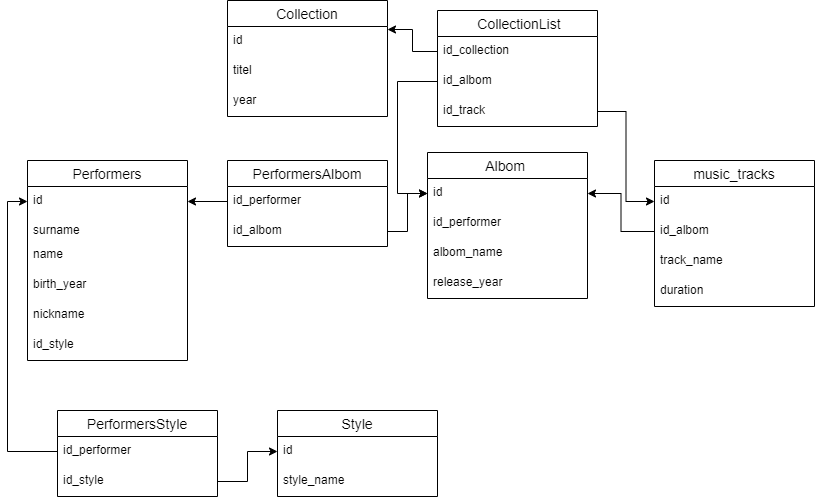
Before: BD/HW3/diogram-0_1.png, a diagram exported from draw.io (wolf24ru/Nikita). Source tidied: cells renumbered, new cells last; positions are measured from the earlier drawing's top-left corner, leaving out a move shared by most shapes.
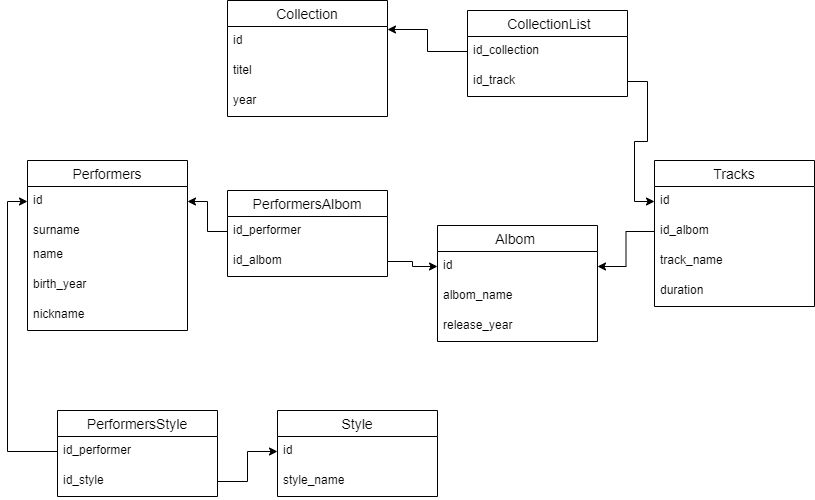
Above is the later version.

Diff of the diagram source:
```diff
@@ -3,7 +3,7 @@
     <mxCell id="0" />
     <mxCell id="1" parent="0" />
     <mxCell id="2" value="Performers" style="swimlane;fontStyle=0;horizontal=1;startSize=26;align=center;fontSize=14;fillColor=none;" parent="1" vertex="1">
-      <mxGeometry y="160" width="160" height="200" as="geometry" />
+      <mxGeometry y="160" width="160" height="170" as="geometry" />
     </mxCell>
     <mxCell id="3" value="id" style="text;strokeColor=none;fillColor=none;spacingLeft=4;spacingRight=4;overflow=hidden;points=[[0,0.5],[1,0.5]];portConstraint=eastwest;fontSize=12;" parent="2" vertex="1">
       <mxGeometry y="26" width="160" height="30" as="geometry" />
@@ -20,25 +20,19 @@
     <mxCell id="7" value="nickname" style="text;strokeColor=none;fillColor=none;spacingLeft=4;spacingRight=4;overflow=hidden;fontSize=12;" parent="2" vertex="1">
       <mxGeometry y="140" width="160" height="30" as="geometry" />
     </mxCell>
-    <mxCell id="8" value="id_style" style="text;strokeColor=none;fillColor=none;spacingLeft=4;spacingRight=4;overflow=hidden;fontSize=12;" parent="2" vertex="1">
-      <mxGeometry y="170" width="160" height="30" as="geometry" />
-    </mxCell>
     <mxCell id="9" value="Albom " style="swimlane;fontStyle=0;horizontal=1;startSize=26;align=center;fontSize=14;" parent="1" vertex="1">
-      <mxGeometry x="400" y="152" width="160" height="146" as="geometry" />
+      <mxGeometry x="410" y="225" width="160" height="116" as="geometry" />
     </mxCell>
     <mxCell id="10" value="id    " style="text;strokeColor=none;fillColor=none;spacingLeft=4;spacingRight=4;overflow=hidden;points=[[0,0.5],[1,0.5]];portConstraint=eastwest;fontSize=12;" parent="9" vertex="1">
       <mxGeometry y="26" width="160" height="30" as="geometry" />
     </mxCell>
-    <mxCell id="11" value="id_performer" style="text;strokeColor=none;fillColor=none;spacingLeft=4;spacingRight=4;overflow=hidden;fontSize=12;" parent="9" vertex="1">
-      <mxGeometry y="56" width="160" height="30" as="geometry" />
-    </mxCell>
     <mxCell id="12" value="albom_name" style="text;spacingLeft=4;spacingRight=4;overflow=hidden;fontSize=12;rounded=0;shadow=0;" parent="9" vertex="1">
-      <mxGeometry y="86" width="160" height="30" as="geometry" />
+      <mxGeometry y="56" width="160" height="30" as="geometry" />
     </mxCell>
     <mxCell id="13" value="release_year" style="text;spacingLeft=4;spacingRight=4;overflow=hidden;fontSize=12;rounded=0;shadow=0;" parent="9" vertex="1">
-      <mxGeometry y="116" width="160" height="30" as="geometry" />
+      <mxGeometry y="86" width="160" height="30" as="geometry" />
     </mxCell>
-    <mxCell id="14" value="music_tracks" style="swimlane;fontStyle=0;horizontal=1;startSize=26;align=center;fontSize=14;fillColor=none;" parent="1" vertex="1">
+    <mxCell id="14" value="Tracks" style="swimlane;fontStyle=0;horizontal=1;startSize=26;align=center;fontSize=14;fillColor=none;" parent="1" vertex="1">
       <mxGeometry x="627" y="160" width="160" height="146" as="geometry" />
     </mxCell>
     <mxCell id="15" value="id    " style="text;strokeColor=none;fillColor=none;spacingLeft=4;spacingRight=4;overflow=hidden;points=[[0,0.5],[1,0.5]];portConstraint=eastwest;fontSize=12;" parent="14" vertex="1">
@@ -81,7 +75,7 @@
       <mxGeometry relative="1" as="geometry" />
     </mxCell>
     <mxCell id="28" value="PerformersAlbom" style="swimlane;fontStyle=0;horizontal=1;startSize=26;align=center;fontSize=14;" parent="1" vertex="1">
-      <mxGeometry x="200" y="160" width="160" height="86" as="geometry" />
+      <mxGeometry x="200" y="190" width="160" height="86" as="geometry" />
     </mxCell>
     <mxCell id="29" value="id_performer" style="text;strokeColor=none;fillColor=none;spacingLeft=4;spacingRight=4;overflow=hidden;points=[[0,0.5],[1,0.5]];portConstraint=eastwest;fontSize=12;" parent="28" vertex="1">
       <mxGeometry y="26" width="160" height="30" as="geometry" />
@@ -108,16 +102,13 @@
       <mxGeometry y="86" width="160" height="30" as="geometry" />
     </mxCell>
     <mxCell id="37" value=" CollectionList" style="swimlane;fontStyle=0;horizontal=1;startSize=26;align=center;fontSize=14;" parent="1" vertex="1">
-      <mxGeometry x="410" y="10" width="160" height="116" as="geometry" />
+      <mxGeometry x="440" y="10" width="160" height="86" as="geometry" />
     </mxCell>
     <mxCell id="38" value="id_collection" style="text;strokeColor=none;fillColor=none;spacingLeft=4;spacingRight=4;overflow=hidden;points=[[0,0.5],[1,0.5]];portConstraint=eastwest;fontSize=12;" parent="37" vertex="1">
       <mxGeometry y="26" width="160" height="30" as="geometry" />
     </mxCell>
-    <mxCell id="39" value="id_albom" style="text;strokeColor=none;fillColor=none;spacingLeft=4;spacingRight=4;overflow=hidden;points=[[0,0.5],[1,0.5]];portConstraint=eastwest;fontSize=12;" parent="37" vertex="1">
-      <mxGeometry y="56" width="160" height="30" as="geometry" />
-    </mxCell>
     <mxCell id="40" value="id_track" style="text;strokeColor=none;fillColor=none;spacingLeft=4;spacingRight=4;overflow=hidden;points=[[0,0.5],[1,0.5]];portConstraint=eastwest;fontSize=12;" parent="37" vertex="1">
-      <mxGeometry y="86" width="160" height="30" as="geometry" />
+      <mxGeometry y="56" width="160" height="30" as="geometry" />
     </mxCell>
     <mxCell id="41" style="edgeStyle=orthogonalEdgeStyle;rounded=0;jettySize=auto;html=1;exitX=1;exitY=0.5;exitDx=0;exitDy=0;" parent="1" edge="1" source="40" target="15">
       <mxGeometry relative="1" as="geometry" />
@@ -125,13 +116,5 @@
     <mxCell id="42" style="edgeStyle=orthogonalEdgeStyle;rounded=0;jettySize=auto;html=1;exitX=0;exitY=0.5;exitDx=0;exitDy=0;entryX=1;entryY=0.25;entryDx=0;entryDy=0;" parent="1" edge="1" source="38" target="33">
       <mxGeometry relative="1" as="geometry" />
     </mxCell>
-    <mxCell id="43" style="edgeStyle=orthogonalEdgeStyle;rounded=0;jettySize=auto;html=1;exitX=0;exitY=0.5;exitDx=0;exitDy=0;entryX=0;entryY=0.5;entryDx=0;entryDy=0;" parent="1" edge="1" source="39" target="10">
-      <mxGeometry relative="1" as="geometry">
-        <Array as="points">
-          <mxPoint x="370" y="81" />
-          <mxPoint x="370" y="193" />
-        </Array>
-      </mxGeometry>
-    </mxCell>
   </root>
 </mxGraphModel>
```
